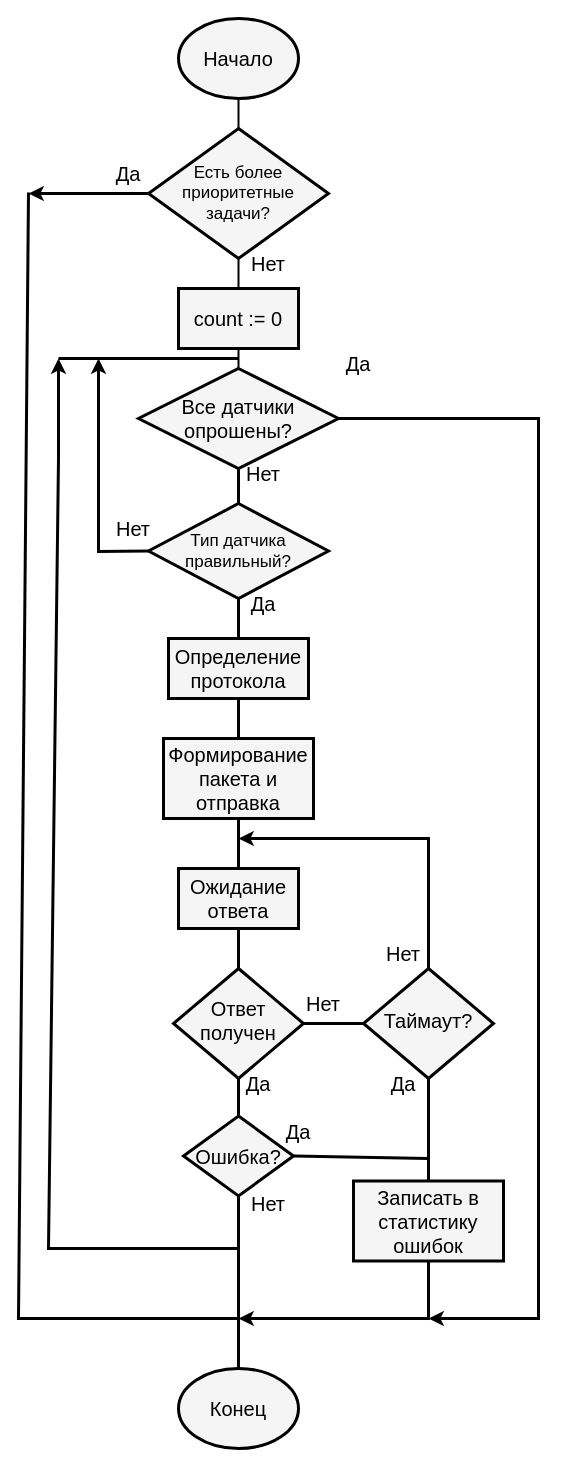
Earlier version of the draw.io diagram algoritms/client.drawio (Askay49/diplom). Source tidied: cells renumbered, new cells numbered last; positions are measured from the earlier drawing's top-left corner, leaving out a move shared by most shapes. Both pictures are drawn from the tidied source at 100%, with x=0, y=0 at pixel (18, 18).
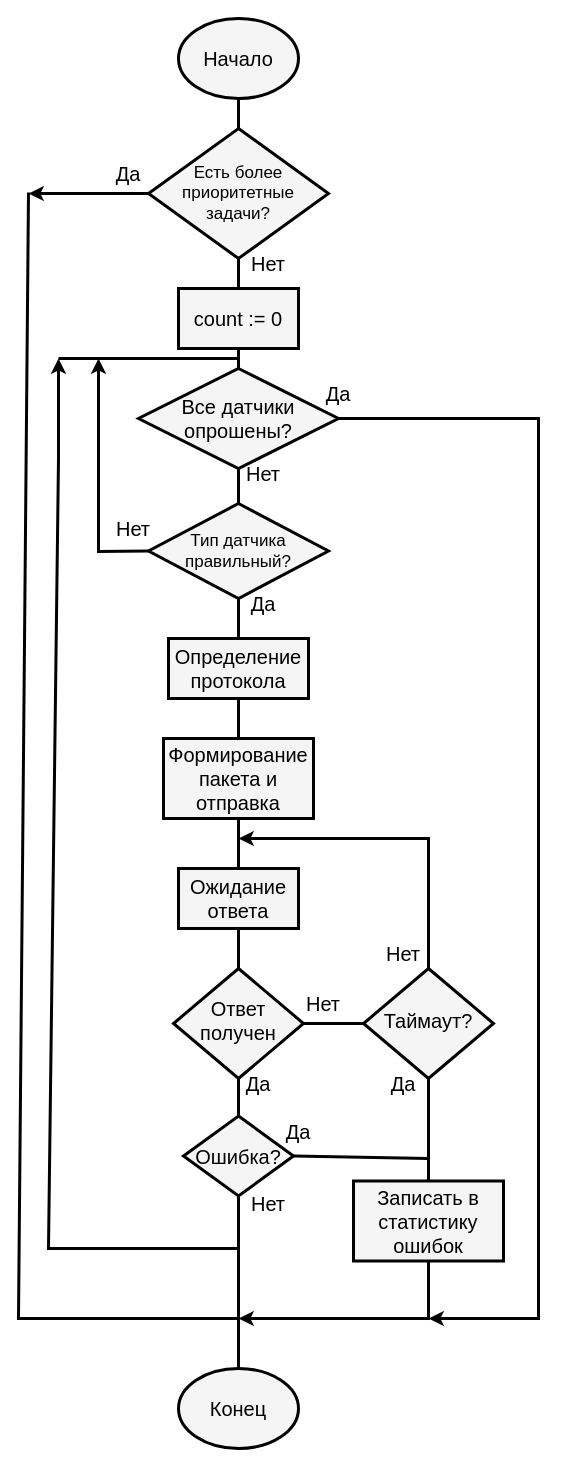
Above is the later version.

Unchanged cells that the change refers to:
```xml
<mxCell id="3" value="Начало" style="ellipse;whiteSpace=wrap;html=1;fillColor=#f5f5f5;gradientColor=none;strokeColor=#000000;strokeWidth=3;fontColor=#000000;fontSize=20;" parent="1" vertex="1">
  <mxGeometry x="160" width="120" height="80" as="geometry" />
</mxCell>
<mxCell id="6" value="Есть более приоритетные &lt;br&gt;задачи?" style="rhombus;whiteSpace=wrap;html=1;strokeColor=#000000;strokeWidth=3;fontFamily=Helvetica;fontSize=17;fontColor=#000000;fillColor=#f5f5f5;gradientColor=none;" parent="1" vertex="1">
  <mxGeometry x="130" y="110" width="180" height="130" as="geometry" />
</mxCell>
<mxCell id="8" value="count := 0" style="rounded=0;whiteSpace=wrap;html=1;strokeColor=#000000;strokeWidth=3;fontFamily=Helvetica;fontSize=20;fontColor=#000000;fillColor=#f5f5f5;gradientColor=none;" parent="1" vertex="1">
  <mxGeometry x="160" y="270" width="120" height="60" as="geometry" />
</mxCell>
<mxCell id="12" value="Все датчики опрошены?" style="rhombus;whiteSpace=wrap;html=1;strokeColor=#000000;strokeWidth=3;fontFamily=Helvetica;fontSize=20;fontColor=#000000;fillColor=#f5f5f5;gradientColor=none;" parent="1" vertex="1">
  <mxGeometry x="120" y="350" width="200" height="100" as="geometry" />
</mxCell>
```

Change to the diagram source:
```diff
@@
-    <mxCell id="2" style="edgeStyle=none;html=1;exitX=0.5;exitY=1;exitDx=0;exitDy=0;entryX=0.5;entryY=0;entryDx=0;entryDy=0;fontFamily=Helvetica;fontSize=20;fontColor=#000000;strokeColor=#000000;strokeWidth=2;endArrow=none;endFill=0;rounded=0;" parent="1" edge="1" source="3" target="6">
+    <mxCell id="2" style="edgeStyle=none;html=1;exitX=0.5;exitY=1;exitDx=0;exitDy=0;entryX=0.5;entryY=0;entryDx=0;entryDy=0;fontFamily=Helvetica;fontSize=20;fontColor=#000000;strokeColor=#000000;strokeWidth=3;endArrow=none;endFill=0;rounded=0;" parent="1" edge="1" source="3" target="6">
       <mxGeometry relative="1" as="geometry" />
     </mxCell>
@@
-    <mxCell id="4" style="edgeStyle=none;shape=connector;rounded=0;html=1;exitX=0.5;exitY=1;exitDx=0;exitDy=0;entryX=0.5;entryY=0;entryDx=0;entryDy=0;labelBackgroundColor=default;strokeColor=#000000;strokeWidth=2;fontFamily=Helvetica;fontSize=20;fontColor=#000000;endArrow=none;endFill=0;" parent="1" edge="1" source="6" target="8">
+    <mxCell id="4" style="edgeStyle=none;shape=connector;rounded=0;html=1;exitX=0.5;exitY=1;exitDx=0;exitDy=0;entryX=0.5;entryY=0;entryDx=0;entryDy=0;labelBackgroundColor=default;strokeColor=#000000;strokeWidth=3;fontFamily=Helvetica;fontSize=20;fontColor=#000000;endArrow=none;endFill=0;" parent="1" edge="1" source="6" target="8">
       <mxGeometry relative="1" as="geometry" />
     </mxCell>
@@
-    <mxCell id="7" style="edgeStyle=none;shape=connector;rounded=0;html=1;exitX=0.5;exitY=1;exitDx=0;exitDy=0;entryX=0.5;entryY=0;entryDx=0;entryDy=0;labelBackgroundColor=default;strokeColor=#000000;strokeWidth=2;fontFamily=Helvetica;fontSize=20;fontColor=#000000;endArrow=none;endFill=0;" parent="1" edge="1" source="8" target="12">
+    <mxCell id="7" style="edgeStyle=none;shape=connector;rounded=0;html=1;exitX=0.5;exitY=1;exitDx=0;exitDy=0;entryX=0.5;entryY=0;entryDx=0;entryDy=0;labelBackgroundColor=default;strokeColor=#000000;strokeWidth=3;fontFamily=Helvetica;fontSize=20;fontColor=#000000;endArrow=none;endFill=0;" parent="1" edge="1" source="8" target="12">
       <mxGeometry relative="1" as="geometry" />
     </mxCell>
@@
     <mxCell id="16" value="Да" style="text;html=1;strokeColor=none;fillColor=none;align=center;verticalAlign=middle;whiteSpace=wrap;rounded=0;strokeWidth=3;fontFamily=Helvetica;fontSize=20;fontColor=#000000;" parent="1" vertex="1">
-      <mxGeometry x="310" y="330" width="60" height="30" as="geometry" />
+      <mxGeometry x="290" y="360" width="60" height="30" as="geometry" />
     </mxCell>
```
